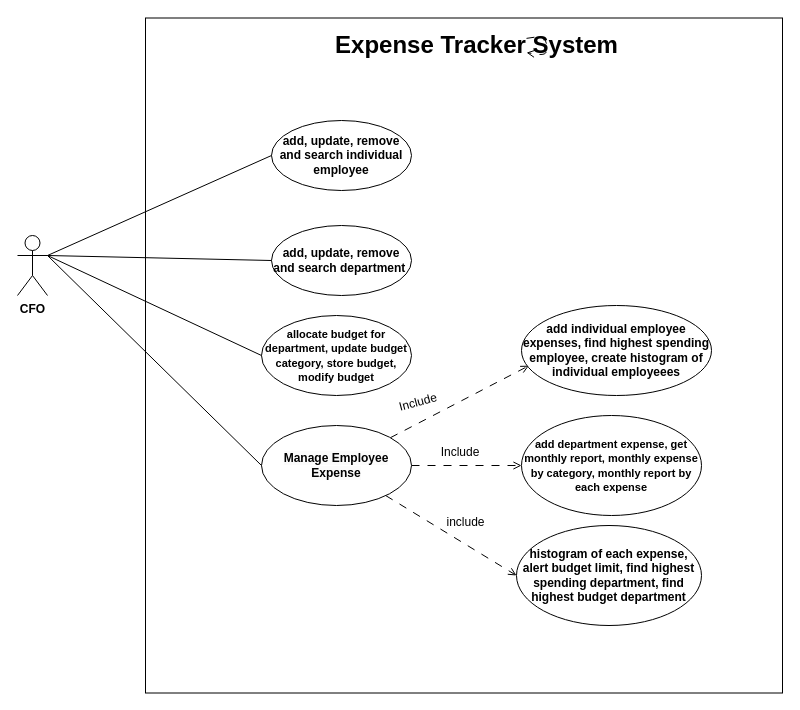
Earlier version of the draw.io diagram usecase.drawio (girik21/expTrck). Source tidied: cells renumbered, new cells numbered last; positions are measured from the earlier drawing's top-left corner, leaving out a move shared by most shapes. Both pictures are drawn from the tidied source at 100%, with x=0, y=0 at pixel (17, 17).
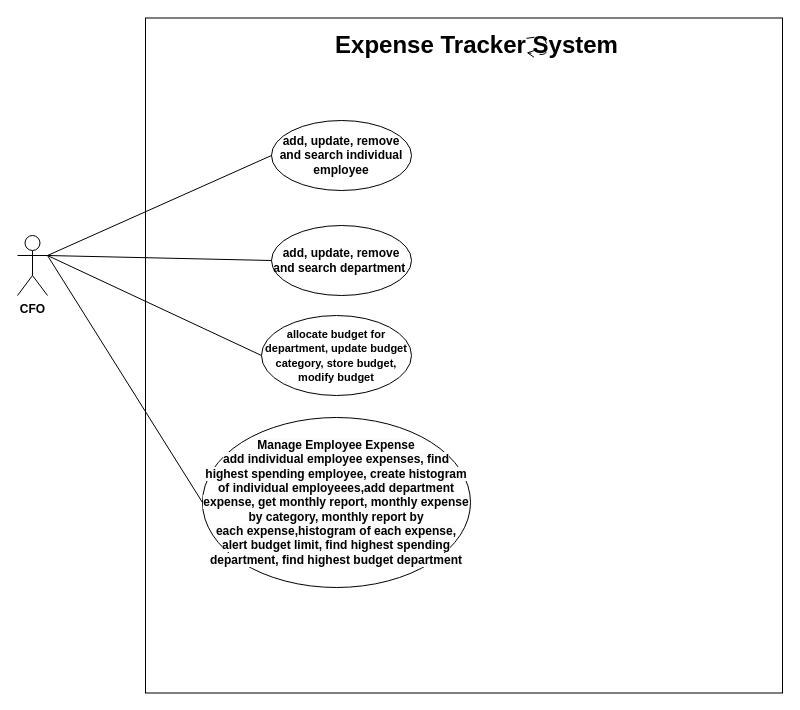
After the change.

Diff of the diagram source:
```diff
@@
-    <mxCell id="7" style="edgeStyle=none;html=1;entryX=0.039;entryY=0.669;entryDx=0;entryDy=0;entryPerimeter=0;fontSize=12;endArrow=open;endFill=0;dashed=1;dashPattern=8 8;" parent="1" edge="1" source="10" target="11">
-      <mxGeometry relative="1" as="geometry" />
-    </mxCell>
-    <mxCell id="8" style="edgeStyle=none;html=1;entryX=0;entryY=0.5;entryDx=0;entryDy=0;fontSize=12;endArrow=open;endFill=0;dashed=1;dashPattern=8 8;" parent="1" edge="1" source="10" target="12">
-      <mxGeometry relative="1" as="geometry" />
-    </mxCell>
-    <mxCell id="9" style="edgeStyle=none;html=1;entryX=0;entryY=0.5;entryDx=0;entryDy=0;fontSize=12;endArrow=open;endFill=0;dashed=1;dashPattern=8 8;" parent="1" edge="1" source="10" target="13">
-      <mxGeometry relative="1" as="geometry" />
-    </mxCell>
-    <mxCell id="10" value="&lt;b style=&quot;border-color: var(--border-color); color: rgb(0, 0, 0); font-family: Helvetica; font-size: 12px; font-style: normal; font-variant-ligatures: normal; font-variant-caps: normal; letter-spacing: normal; orphans: 2; text-align: center; text-indent: 0px; text-transform: none; widows: 2; word-spacing: 0px; -webkit-text-stroke-width: 0px; text-decoration-thickness: initial; text-decoration-style: initial; text-decoration-color: initial; background-color: rgb(251, 251, 251);&quot;&gt;&lt;font style=&quot;border-color: var(--border-color); font-size: 12px;&quot;&gt;Manage Employee Expense&lt;/font&gt;&lt;/b&gt;" style="ellipse;whiteSpace=wrap;html=1;" parent="1" vertex="1">
-      <mxGeometry x="244" y="408" width="150" height="80" as="geometry" />
+    <mxCell id="10" value="&lt;b style=&quot;border-color: var(--border-color); color: rgb(0, 0, 0); font-family: Helvetica; font-style: normal; font-variant-ligatures: normal; font-variant-caps: normal; letter-spacing: normal; orphans: 2; text-align: center; text-indent: 0px; text-transform: none; widows: 2; word-spacing: 0px; -webkit-text-stroke-width: 0px; text-decoration-thickness: initial; text-decoration-style: initial; text-decoration-color: initial; background-color: rgb(251, 251, 251);&quot;&gt;&lt;font style=&quot;border-color: var(--border-color);&quot;&gt;&lt;b style=&quot;border-color: var(--border-color);&quot;&gt;&lt;font style=&quot;border-color: var(--border-color); font-size: 12px;&quot;&gt;&lt;span style=&quot;border-color: var(--border-color);&quot;&gt;Manage Employee Expense&lt;/span&gt;&lt;br style=&quot;border-color: var(--border-color);&quot;&gt;&lt;font style=&quot;border-color: var(--border-color);&quot;&gt;&lt;font style=&quot;border-color: var(--border-color);&quot;&gt;&lt;b style=&quot;border-color: var(--border-color);&quot;&gt;&lt;font style=&quot;border-color: var(--border-color);&quot;&gt;add individual employee expenses, find highest spending employee, create histogram of individual employeees,&lt;/font&gt;&lt;/b&gt;&lt;b style=&quot;border-color: var(--border-color);&quot;&gt;&lt;font style=&quot;border-color: var(--border-color);&quot;&gt;add department expense, get monthly report, monthly expense by category, monthly report by each&lt;/font&gt;&lt;font style=&quot;border-color: var(--border-color);&quot;&gt;&amp;nbsp;&lt;/font&gt;&lt;font style=&quot;border-color: var(--border-color);&quot;&gt;expense,&lt;/font&gt;&lt;/b&gt;&lt;/font&gt;&lt;b style=&quot;border-color: var(--border-color);&quot;&gt;histogram of each expense, alert budget limit, find highest spending department, find highest budget department&lt;/b&gt;&lt;/font&gt;&lt;/font&gt;&lt;/b&gt;&lt;br&gt;&lt;/font&gt;&lt;/b&gt;" style="ellipse;whiteSpace=wrap;html=1;" parent="1" vertex="1">
+      <mxGeometry x="185" y="400" width="268" height="170" as="geometry" />
     </mxCell>
-    <mxCell id="11" value="&lt;b style=&quot;&quot;&gt;&lt;font style=&quot;font-size: 12px;&quot;&gt;add individual employee expenses, find highest spending employee, create histogram of individual employeees&lt;/font&gt;&lt;/b&gt;" style="ellipse;whiteSpace=wrap;html=1;" parent="1" vertex="1">
-      <mxGeometry x="504" y="288" width="190" height="90" as="geometry" />
-    </mxCell>
-    <mxCell id="12" value="&lt;b style=&quot;font-size: 11px;&quot;&gt;&lt;font style=&quot;font-size: 11px;&quot;&gt;add department expense, get monthly report, monthly expense by category, monthly report by each&lt;/font&gt;&lt;font style=&quot;font-size: 11px;&quot;&gt; &lt;/font&gt;&lt;font style=&quot;font-size: 11px;&quot;&gt;expense&lt;/font&gt;&lt;/b&gt;" style="ellipse;whiteSpace=wrap;html=1;" parent="1" vertex="1">
-      <mxGeometry x="504" y="398" width="180" height="100" as="geometry" />
-    </mxCell>
-    <mxCell id="13" value="&lt;b&gt;histogram of each expense, alert budget limit, find highest spending department, find highest budget department&lt;/b&gt;" style="ellipse;whiteSpace=wrap;html=1;" parent="1" vertex="1">
-      <mxGeometry x="499" y="508" width="185" height="100" as="geometry" />
-    </mxCell>
@@
-    <mxCell id="19" value="Include" style="text;html=1;strokeColor=none;fillColor=none;align=center;verticalAlign=middle;whiteSpace=wrap;rounded=0;rotation=-15;" parent="1" vertex="1">
-      <mxGeometry x="371" y="370" width="60" height="30" as="geometry" />
-    </mxCell>
-    <mxCell id="20" value="Include" style="text;html=1;strokeColor=none;fillColor=none;align=center;verticalAlign=middle;whiteSpace=wrap;rounded=0;rotation=0;" parent="1" vertex="1">
-      <mxGeometry x="413" y="420" width="60" height="30" as="geometry" />
-    </mxCell>
-    <mxCell id="21" value="include" style="text;html=1;strokeColor=none;fillColor=none;align=center;verticalAlign=middle;whiteSpace=wrap;rounded=0;" parent="1" vertex="1">
-      <mxGeometry x="417" y="491" width="63" height="28" as="geometry" />
-    </mxCell>
```
